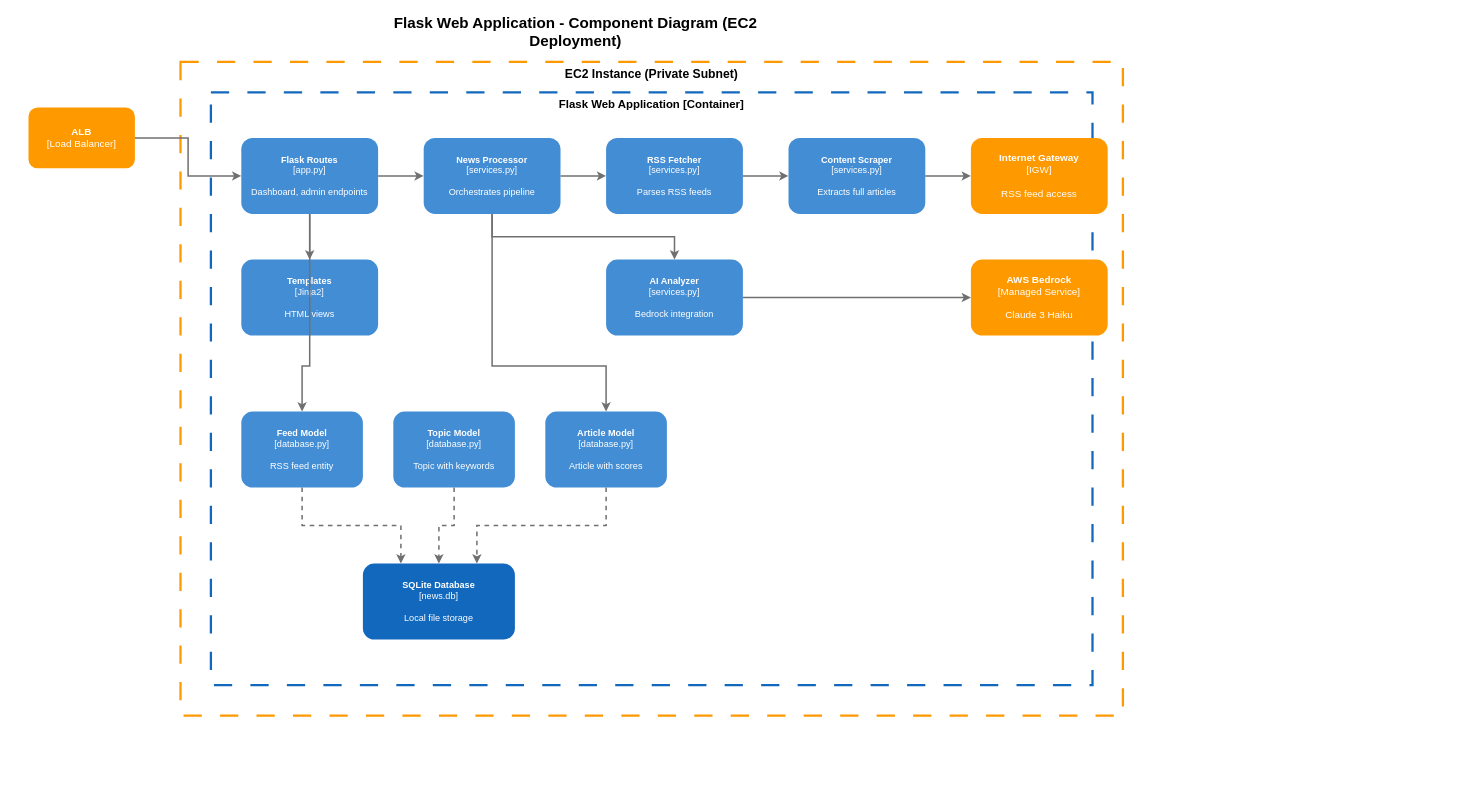
The draw.io diagram c4-level3-component.drawio in tjblavakumar/RSS_Summarizer, before the edit. Source tidied: cells renumbered, new cells numbered last; positions are measured from the earlier drawing's top-left corner, leaving out a move shared by most shapes. Both pictures are drawn from the tidied source at 76%, with x=0, y=0 at pixel (28, 16).
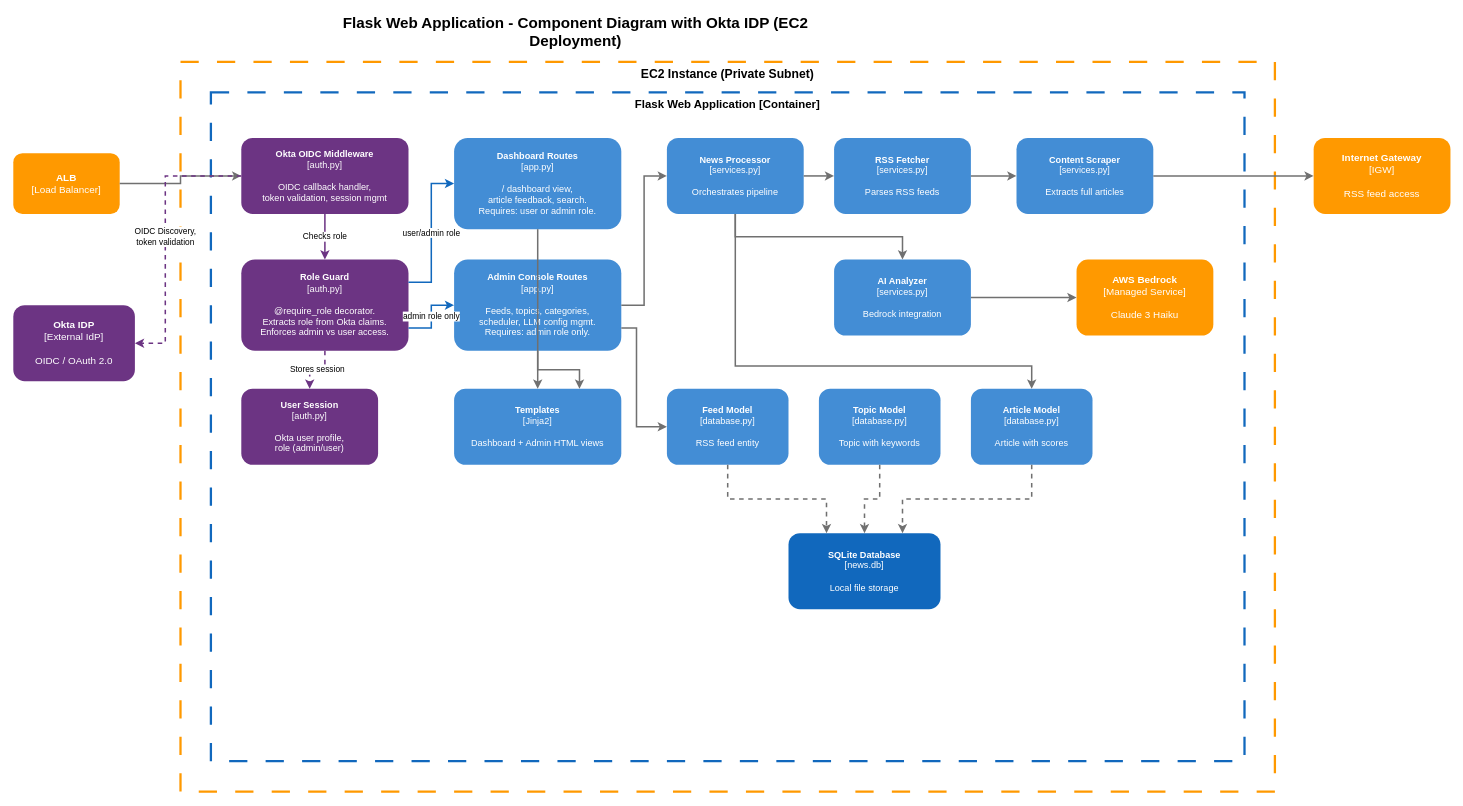
Above is the later version.

Commit message (it also covers changes not shown here):
Update C4 diagrams with Okta IDP integration and add speaker notes

Diff of the diagram source:
```diff
@@
-    <mxCell id="2" value="Flask Web Application - Component Diagram (EC2 Deployment)" style="text;html=1;strokeColor=none;fillColor=none;align=center;verticalAlign=middle;whiteSpace=wrap;fontSize=20;fontStyle=1;" parent="1" vertex="1">
-      <mxGeometry x="420" width="600" height="40" as="geometry" />
+    <mxCell id="2" value="Flask Web Application - Component Diagram with Okta IDP (EC2 Deployment)" style="text;html=1;strokeColor=none;fillColor=none;align=center;verticalAlign=middle;whiteSpace=wrap;fontSize=20;fontStyle=1;" parent="1" vertex="1">
+      <mxGeometry x="370" width="700" height="40" as="geometry" />
     </mxCell>
     <mxCell id="3" value="&lt;b&gt;ALB&lt;/b&gt;&lt;br&gt;[Load Balancer]" style="rounded=1;whiteSpace=wrap;html=1;fillColor=#FF9900;strokeColor=none;fontColor=#FFFFFF;fontSize=13;" parent="1" vertex="1">
-      <mxGeometry y="120" width="140" height="80" as="geometry" />
+      <mxGeometry x="-20" y="180" width="140" height="80" as="geometry" />
     </mxCell>
+    <mxCell id="31" value="&lt;b&gt;Okta IDP&lt;/b&gt;&lt;br&gt;[External IdP]&lt;br&gt;&lt;br&gt;OIDC / OAuth 2.0" style="rounded=1;whiteSpace=wrap;html=1;fillColor=#6C3483;strokeColor=none;fontColor=#FFFFFF;fontSize=13;" parent="1" vertex="1">
+      <mxGeometry x="-20" y="380" width="160" height="100" as="geometry" />
+    </mxCell>
     <mxCell id="4" value="EC2 Instance (Private Subnet)" style="rounded=0;whiteSpace=wrap;html=1;fillColor=none;strokeColor=#FF9900;strokeWidth=3;verticalAlign=top;fontSize=16;fontStyle=1;dashed=1;dashPattern=8 8;" parent="1" vertex="1">
-      <mxGeometry x="200" y="60" width="1240" height="860" as="geometry" />
+      <mxGeometry x="200" y="60" width="1440" height="960" as="geometry" />
     </mxCell>
     <mxCell id="5" value="Flask Web Application [Container]" style="rounded=0;whiteSpace=wrap;html=1;fillColor=none;strokeColor=#1168BD;strokeWidth=3;verticalAlign=top;fontSize=15;fontStyle=1;dashed=1;dashPattern=8 8;" parent="1" vertex="1">
-      <mxGeometry x="240" y="100" width="1160" height="780" as="geometry" />
+      <mxGeometry x="240" y="100" width="1360" height="880" as="geometry" />
     </mxCell>
-    <mxCell id="6" value="&lt;b&gt;Flask Routes&lt;/b&gt;&lt;br&gt;[app.py]&lt;br&gt;&lt;br&gt;Dashboard, admin endpoints" style="rounded=1;whiteSpace=wrap;html=1;fillColor=#438DD5;strokeColor=none;fontColor=#FFFFFF;fontSize=12;" parent="1" vertex="1">
-      <mxGeometry x="280" y="160" width="180" height="100" as="geometry" />
-    </mxCell>
+    <mxCell id="32" value="&lt;b&gt;Okta OIDC Middleware&lt;/b&gt;&lt;br&gt;[auth.py]&lt;br&gt;&lt;br&gt;OIDC callback handler,&lt;br&gt;token validation, session mgmt" style="rounded=1;whiteSpace=wrap;html=1;fillColor=#6C3483;strokeColor=none;fontColor=#FFFFFF;fontSize=12;" parent="1" vertex="1">
+      <mxGeometry x="280" y="160" width="220" height="100" as="geometry" />
+    </mxCell>
+    <mxCell id="33" value="&lt;b&gt;Role Guard&lt;/b&gt;&lt;br&gt;[auth.py]&lt;br&gt;&lt;br&gt;@require_role decorator.&lt;br&gt;Extracts role from Okta claims.&lt;br&gt;Enforces admin vs user access." style="rounded=1;whiteSpace=wrap;html=1;fillColor=#6C3483;strokeColor=none;fontColor=#FFFFFF;fontSize=12;" parent="1" vertex="1">
+      <mxGeometry x="280" y="320" width="220" height="120" as="geometry" />
+    </mxCell>
+    <mxCell id="34" value="&lt;b&gt;Dashboard Routes&lt;/b&gt;&lt;br&gt;[app.py]&lt;br&gt;&lt;br&gt;/ dashboard view,&lt;br&gt;article feedback, search.&lt;br&gt;Requires: user or admin role." style="rounded=1;whiteSpace=wrap;html=1;fillColor=#438DD5;strokeColor=none;fontColor=#FFFFFF;fontSize=12;" parent="1" vertex="1">
+      <mxGeometry x="560" y="160" width="220" height="120" as="geometry" />
+    </mxCell>
+    <mxCell id="35" value="&lt;b&gt;Admin Console Routes&lt;/b&gt;&lt;br&gt;[app.py]&lt;br&gt;&lt;br&gt;Feeds, topics, categories,&lt;br&gt;scheduler, LLM config mgmt.&lt;br&gt;Requires: admin role only." style="rounded=1;whiteSpace=wrap;html=1;fillColor=#438DD5;strokeColor=none;fontColor=#FFFFFF;fontSize=12;" parent="1" vertex="1">
+      <mxGeometry x="560" y="320" width="220" height="120" as="geometry" />
+    </mxCell>
-    <mxCell id="7" value="&lt;b&gt;Templates&lt;/b&gt;&lt;br&gt;[Jinja2]&lt;br&gt;&lt;br&gt;HTML views" style="rounded=1;whiteSpace=wrap;html=1;fillColor=#438DD5;strokeColor=none;fontColor=#FFFFFF;fontSize=12;" parent="1" vertex="1">
-      <mxGeometry x="280" y="320" width="180" height="100" as="geometry" />
+    <mxCell id="7" value="&lt;b&gt;Templates&lt;/b&gt;&lt;br&gt;[Jinja2]&lt;br&gt;&lt;br&gt;Dashboard + Admin HTML views" style="rounded=1;whiteSpace=wrap;html=1;fillColor=#438DD5;strokeColor=none;fontColor=#FFFFFF;fontSize=12;" parent="1" vertex="1">
+      <mxGeometry x="560" y="490" width="220" height="100" as="geometry" />
     </mxCell>
     <mxCell id="8" value="&lt;b&gt;News Processor&lt;/b&gt;&lt;br&gt;[services.py]&lt;br&gt;&lt;br&gt;Orchestrates pipeline" style="rounded=1;whiteSpace=wrap;html=1;fillColor=#438DD5;strokeColor=none;fontColor=#FFFFFF;fontSize=12;" parent="1" vertex="1">
-      <mxGeometry x="520" y="160" width="180" height="100" as="geometry" />
+      <mxGeometry x="840" y="160" width="180" height="100" as="geometry" />
     </mxCell>
     <mxCell id="9" value="&lt;b&gt;RSS Fetcher&lt;/b&gt;&lt;br&gt;[services.py]&lt;br&gt;&lt;br&gt;Parses RSS feeds" style="rounded=1;whiteSpace=wrap;html=1;fillColor=#438DD5;strokeColor=none;fontColor=#FFFFFF;fontSize=12;" parent="1" vertex="1">
-      <mxGeometry x="760" y="160" width="180" height="100" as="geometry" />
+      <mxGeometry x="1060" y="160" width="180" height="100" as="geometry" />
     </mxCell>
     <mxCell id="10" value="&lt;b&gt;Content Scraper&lt;/b&gt;&lt;br&gt;[services.py]&lt;br&gt;&lt;br&gt;Extracts full articles" style="rounded=1;whiteSpace=wrap;html=1;fillColor=#438DD5;strokeColor=none;fontColor=#FFFFFF;fontSize=12;" parent="1" vertex="1">
-      <mxGeometry x="1000" y="160" width="180" height="100" as="geometry" />
+      <mxGeometry x="1300" y="160" width="180" height="100" as="geometry" />
     </mxCell>
     <mxCell id="11" value="&lt;b&gt;AI Analyzer&lt;/b&gt;&lt;br&gt;[services.py]&lt;br&gt;&lt;br&gt;Bedrock integration" style="rounded=1;whiteSpace=wrap;html=1;fillColor=#438DD5;strokeColor=none;fontColor=#FFFFFF;fontSize=12;" parent="1" vertex="1">
-      <mxGeometry x="760" y="320" width="180" height="100" as="geometry" />
+      <mxGeometry x="1060" y="320" width="180" height="100" as="geometry" />
     </mxCell>
     <mxCell id="12" value="&lt;b&gt;Feed Model&lt;/b&gt;&lt;br&gt;[database.py]&lt;br&gt;&lt;br&gt;RSS feed entity" style="rounded=1;whiteSpace=wrap;html=1;fillColor=#438DD5;strokeColor=none;fontColor=#FFFFFF;fontSize=12;" parent="1" vertex="1">
-      <mxGeometry x="280" y="520" width="160" height="100" as="geometry" />
+      <mxGeometry x="840" y="490" width="160" height="100" as="geometry" />
     </mxCell>
     <mxCell id="13" value="&lt;b&gt;Topic Model&lt;/b&gt;&lt;br&gt;[database.py]&lt;br&gt;&lt;br&gt;Topic with keywords" style="rounded=1;whiteSpace=wrap;html=1;fillColor=#438DD5;strokeColor=none;fontColor=#FFFFFF;fontSize=12;" parent="1" vertex="1">
-      <mxGeometry x="480" y="520" width="160" height="100" as="geometry" />
+      <mxGeometry x="1040" y="490" width="160" height="100" as="geometry" />
     </mxCell>
     <mxCell id="14" value="&lt;b&gt;Article Model&lt;/b&gt;&lt;br&gt;[database.py]&lt;br&gt;&lt;br&gt;Article with scores" style="rounded=1;whiteSpace=wrap;html=1;fillColor=#438DD5;strokeColor=none;fontColor=#FFFFFF;fontSize=12;" parent="1" vertex="1">
-      <mxGeometry x="680" y="520" width="160" height="100" as="geometry" />
+      <mxGeometry x="1240" y="490" width="160" height="100" as="geometry" />
     </mxCell>
+    <mxCell id="36" value="&lt;b&gt;User Session&lt;/b&gt;&lt;br&gt;[auth.py]&lt;br&gt;&lt;br&gt;Okta user profile,&lt;br&gt;role (admin/user)" style="rounded=1;whiteSpace=wrap;html=1;fillColor=#6C3483;strokeColor=none;fontColor=#FFFFFF;fontSize=12;" parent="1" vertex="1">
+      <mxGeometry x="280" y="490" width="180" height="100" as="geometry" />
+    </mxCell>
     <mxCell id="15" value="&lt;b&gt;SQLite Database&lt;/b&gt;&lt;br&gt;[news.db]&lt;br&gt;&lt;br&gt;Local file storage" style="rounded=1;whiteSpace=wrap;html=1;fillColor=#1168BD;strokeColor=none;fontColor=#FFFFFF;fontSize=12;" parent="1" vertex="1">
-      <mxGeometry x="440" y="720" width="200" height="100" as="geometry" />
+      <mxGeometry x="1000" y="680" width="200" height="100" as="geometry" />
     </mxCell>
     <mxCell id="16" value="&lt;b&gt;AWS Bedrock&lt;/b&gt;&lt;br&gt;[Managed Service]&lt;br&gt;&lt;br&gt;Claude 3 Haiku" style="rounded=1;whiteSpace=wrap;html=1;fillColor=#FF9900;strokeColor=none;fontColor=#FFFFFF;fontSize=13;" parent="1" vertex="1">
-      <mxGeometry x="1240" y="320" width="180" height="100" as="geometry" />
+      <mxGeometry x="1379" y="320" width="180" height="100" as="geometry" />
     </mxCell>
     <mxCell id="17" value="&lt;b&gt;Internet Gateway&lt;/b&gt;&lt;br&gt;[IGW]&lt;br&gt;&lt;br&gt;RSS feed access" style="rounded=1;whiteSpace=wrap;html=1;fillColor=#FF9900;strokeColor=none;fontColor=#FFFFFF;fontSize=13;" parent="1" vertex="1">
-      <mxGeometry x="1240" y="160" width="180" height="100" as="geometry" />
+      <mxGeometry x="1691" y="160" width="180" height="100" as="geometry" />
     </mxCell>
-    <mxCell id="18" style="edgeStyle=orthogonalEdgeStyle;rounded=0;jettySize=auto;html=1;exitX=1;exitY=0.5;entryX=0;entryY=0.5;strokeWidth=2;strokeColor=#707070;" parent="1" edge="1" source="3" target="6">
+    <mxCell id="18" style="edgeStyle=orthogonalEdgeStyle;rounded=0;jettySize=auto;html=1;exitX=1;exitY=0.5;entryX=0;entryY=0.5;strokeWidth=2;strokeColor=#707070;" parent="1" edge="1" source="3" target="32">
       <mxGeometry relative="1" as="geometry" />
     </mxCell>
+    <mxCell id="37" value="OIDC Discovery,&lt;br&gt;token validation" style="edgeStyle=orthogonalEdgeStyle;rounded=0;jettySize=auto;html=1;exitX=0;exitY=0.5;entryX=1;entryY=0.5;strokeWidth=2;strokeColor=#6C3483;dashed=1;" parent="1" edge="1" source="32" target="31">
+      <mxGeometry relative="1" as="geometry">
+        <Array as="points">
+          <mxPoint x="180" y="210" />
+          <mxPoint x="180" y="430" />
+        </Array>
+      </mxGeometry>
+    </mxCell>
+    <mxCell id="38" value="Checks role" style="edgeStyle=orthogonalEdgeStyle;rounded=0;jettySize=auto;html=1;exitX=0.5;exitY=1;entryX=0.5;entryY=0;strokeWidth=2;strokeColor=#6C3483;" parent="1" edge="1" source="32" target="33">
+      <mxGeometry relative="1" as="geometry" />
+    </mxCell>
+    <mxCell id="39" value="user/admin role" style="edgeStyle=orthogonalEdgeStyle;rounded=0;jettySize=auto;html=1;exitX=1;exitY=0.25;entryX=0;entryY=0.5;strokeWidth=2;strokeColor=#1168BD;" parent="1" edge="1" source="33" target="34">
+      <mxGeometry relative="1" as="geometry">
+        <Array as="points">
+          <mxPoint x="530" y="350" />
+          <mxPoint x="530" y="220" />
+        </Array>
+      </mxGeometry>
+    </mxCell>
+    <mxCell id="40" value="admin role only" style="edgeStyle=orthogonalEdgeStyle;rounded=0;jettySize=auto;html=1;exitX=1;exitY=0.75;entryX=0;entryY=0.5;strokeWidth=2;strokeColor=#1168BD;" parent="1" edge="1" source="33" target="35">
+      <mxGeometry relative="1" as="geometry" />
+    </mxCell>
+    <mxCell id="41" value="Stores session" style="edgeStyle=orthogonalEdgeStyle;rounded=0;jettySize=auto;html=1;exitX=0.5;exitY=1;entryX=0.5;entryY=0;strokeWidth=2;strokeColor=#6C3483;dashed=1;" parent="1" edge="1" source="33" target="36">
+      <mxGeometry relative="1" as="geometry" />
+    </mxCell>
-    <mxCell id="19" style="edgeStyle=orthogonalEdgeStyle;rounded=0;jettySize=auto;html=1;exitX=0.5;exitY=1;entryX=0.5;entryY=0;strokeWidth=2;strokeColor=#707070;" parent="1" edge="1" source="6" target="7">
+    <mxCell id="19" style="edgeStyle=orthogonalEdgeStyle;rounded=0;jettySize=auto;html=1;exitX=0.5;exitY=1;entryX=0.5;entryY=0;strokeWidth=2;strokeColor=#707070;" parent="1" edge="1" source="34" target="7">
       <mxGeometry relative="1" as="geometry" />
     </mxCell>
+    <mxCell id="42" style="edgeStyle=orthogonalEdgeStyle;rounded=0;jettySize=auto;html=1;exitX=0.5;exitY=1;entryX=0.75;entryY=0;strokeWidth=2;strokeColor=#707070;" parent="1" edge="1" source="35" target="7">
+      <mxGeometry relative="1" as="geometry" />
+    </mxCell>
-    <mxCell id="20" style="edgeStyle=orthogonalEdgeStyle;rounded=0;jettySize=auto;html=1;exitX=1;exitY=0.5;entryX=0;entryY=0.5;strokeWidth=2;strokeColor=#707070;" parent="1" edge="1" source="6" target="8">
+    <mxCell id="20" style="edgeStyle=orthogonalEdgeStyle;rounded=0;jettySize=auto;html=1;exitX=1;exitY=0.5;entryX=0;entryY=0.5;strokeWidth=2;strokeColor=#707070;" parent="1" edge="1" source="35" target="8">
       <mxGeometry relative="1" as="geometry" />
     </mxCell>
@@
     <mxCell id="22" style="edgeStyle=orthogonalEdgeStyle;rounded=0;jettySize=auto;html=1;exitX=0.5;exitY=1;entryX=0.5;entryY=0;strokeWidth=2;strokeColor=#707070;" parent="1" edge="1" source="8" target="11">
       <mxGeometry relative="1" as="geometry">
         <Array as="points">
-          <mxPoint x="610" y="290" />
-          <mxPoint x="850" y="290" />
+          <mxPoint x="930" y="290" />
+          <mxPoint x="1150" y="290" />
         </Array>
       </mxGeometry>
     </mxCell>
@@
-    <mxCell id="29" style="edgeStyle=orthogonalEdgeStyle;rounded=0;jettySize=auto;html=1;exitX=0.5;exitY=1;entryX=0.5;entryY=0;strokeWidth=2;strokeColor=#707070;" parent="1" edge="1" source="6" target="12">
+    <mxCell id="29" style="edgeStyle=orthogonalEdgeStyle;rounded=0;jettySize=auto;html=1;exitX=1;exitY=0.75;entryX=0;entryY=0.5;strokeWidth=2;strokeColor=#707070;" parent="1" edge="1" source="35" target="12">
       <mxGeometry relative="1" as="geometry">
         <Array as="points">
-          <mxPoint x="370" y="460" />
-          <mxPoint x="360" y="460" />
+          <mxPoint x="800" y="410" />
+          <mxPoint x="800" y="540" />
         </Array>
       </mxGeometry>
     </mxCell>
     <mxCell id="30" style="edgeStyle=orthogonalEdgeStyle;rounded=0;jettySize=auto;html=1;exitX=0.5;exitY=1;entryX=0.5;entryY=0;strokeWidth=2;strokeColor=#707070;" parent="1" edge="1" source="8" target="14">
       <mxGeometry relative="1" as="geometry">
         <Array as="points">
-          <mxPoint x="610" y="460" />
-          <mxPoint x="760" y="460" />
+          <mxPoint x="930" y="460" />
+          <mxPoint x="1320" y="460" />
         </Array>
       </mxGeometry>
     </mxCell>
```
